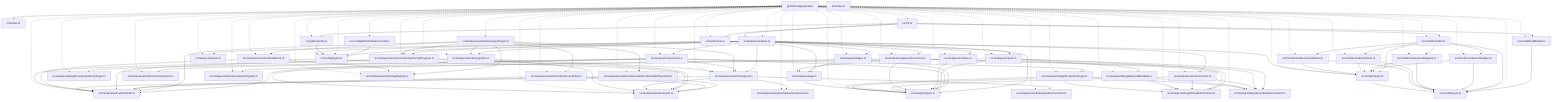
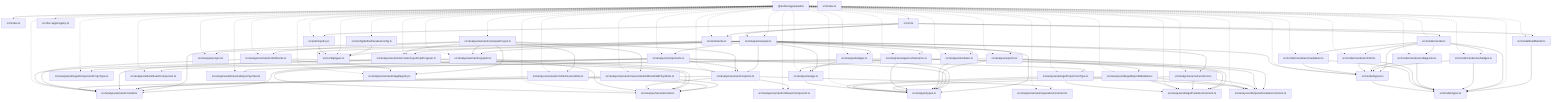
graph TD
  package__ankhorage_paradox["@ankhorage/paradox"]
  entrypoint_src_index_ts["src/index.ts"]
  package__ankhorage_paradox --> entrypoint_src_index_ts
  module_src_analyze_analyze_ts["src/analyze/analyze.ts"]
  package__ankhorage_paradox -.-> module_src_analyze_analyze_ts
  module_src_analyze_analyze_ts --> module_src_analyze_badges_ts
  module_src_analyze_analyze_ts --> module_src_analyze_components_ts
  module_src_analyze_analyze_ts --> module_src_analyze_exports_ts
  module_src_analyze_analyze_ts --> module_src_analyze_modules_ts
  module_src_analyze_analyze_ts --> module_src_analyze_project_ts
  module_src_analyze_analyze_ts --> module_src_analyze_semantic_createTypeScriptProgram_ts
  module_src_analyze_analyze_ts --> module_src_analyze_semantic_exports_ts
  module_src_analyze_analyze_ts --> module_src_analyze_semantic_graphs_ts
  module_src_analyze_analyze_ts --> module_src_analyze_sequenceScenarios_ts
  module_src_analyze_analyze_ts --> module_src_analyze_sourceFunctions_ts
  module_src_analyze_analyze_ts --> module_src_analyze_types_ts
  module_src_analyze_analyze_ts --> module_src_analyze_usage_ts
  module_src_analyze_analyze_ts --> module_src_config_types_ts
  module_src_analyze_badges_ts["src/analyze/badges.ts"]
  package__ankhorage_paradox -.-> module_src_analyze_badges_ts
  module_src_analyze_badges_ts --> module_src_analyze_types_ts
  module_src_analyze_badges_ts --> module_src_analyze_usage_ts
  module_src_analyze_components_ts["src/analyze/components.ts"]
  package__ankhorage_paradox -.-> module_src_analyze_components_ts
  module_src_analyze_components_ts --> module_src_analyze_semantic_exports_ts
  module_src_analyze_components_ts --> module_src_analyze_semantic_model_ts
  module_src_analyze_components_ts --> module_src_analyze_types_ts
  module_src_analyze_components_ts --> module_src_analyze_utils_getComponentPropsType_ts
  module_src_analyze_components_ts --> module_src_analyze_utils_getPropsFromType_ts
  module_src_analyze_components_ts --> module_src_analyze_utils_isReactComponent_ts
  module_src_analyze_exports_ts["src/analyze/exports.ts"]
  package__ankhorage_paradox -.-> module_src_analyze_exports_ts
  module_src_analyze_exports_ts --> module_src_analyze_types_ts
  module_src_analyze_exports_ts --> module_src_analyze_utils_getExportMetadata_ts
  module_src_analyze_exports_ts --> module_src_analyze_utils_getParadoxComment_ts
  module_src_analyze_exports_ts --> module_src_analyze_utils_parseParadoxComment_ts
  module_src_analyze_exports_ts --> module_src_analyze_utils_resolveExportSymbol_ts
  module_src_analyze_modules_ts["src/analyze/modules.ts"]
  package__ankhorage_paradox -.-> module_src_analyze_modules_ts
  module_src_analyze_modules_ts --> module_src_analyze_types_ts
  module_src_analyze_project_ts["src/analyze/project.ts"]
  package__ankhorage_paradox -.-> module_src_analyze_project_ts
  module_src_analyze_semantic_analyzeProject_ts["src/analyze/semantic/analyzeProject.ts"]
  package__ankhorage_paradox -.-> module_src_analyze_semantic_analyzeProject_ts
  module_src_analyze_semantic_analyzeProject_ts --> module_src_analyze_semantic_associateDocBlocksWithSymbols_ts
  module_src_analyze_semantic_analyzeProject_ts --> module_src_analyze_semantic_collectSourceFiles_ts
  module_src_analyze_semantic_analyzeProject_ts --> module_src_analyze_semantic_createTypeScriptProgram_ts
  module_src_analyze_semantic_analyzeProject_ts --> module_src_analyze_semantic_docBlocks_ts
  module_src_analyze_semantic_analyzeProject_ts --> module_src_analyze_semantic_exports_ts
  module_src_analyze_semantic_analyzeProject_ts --> module_src_analyze_semantic_graphs_ts
  module_src_analyze_semantic_analyzeProject_ts --> module_src_analyze_semantic_model_ts
  module_src_analyze_semantic_analyzeProject_ts --> module_src_analyze_semantic_tagRegistry_ts
  module_src_analyze_semantic_associateDocBlocksWithSymbols_ts["src/analyze/semantic/associateDocBlocksWithSymbols.ts"]
  package__ankhorage_paradox -.-> module_src_analyze_semantic_associateDocBlocksWithSymbols_ts
  module_src_analyze_semantic_associateDocBlocksWithSymbols_ts --> module_src_analyze_semantic_model_ts
  module_src_analyze_semantic_associateDocBlocksWithSymbols_ts --> module_src_analyze_semantic_utils_ts
  module_src_analyze_semantic_collectSourceFiles_ts["src/analyze/semantic/collectSourceFiles.ts"]
  package__ankhorage_paradox -.-> module_src_analyze_semantic_collectSourceFiles_ts
  module_src_analyze_semantic_collectSourceFiles_ts --> module_src_analyze_semantic_model_ts
  module_src_analyze_semantic_collectSourceFiles_ts --> module_src_analyze_semantic_utils_ts
  module_src_analyze_semantic_createTypeScriptProgram_ts["src/analyze/semantic/createTypeScriptProgram.ts"]
  package__ankhorage_paradox -.-> module_src_analyze_semantic_createTypeScriptProgram_ts
  module_src_analyze_semantic_createTypeScriptProgram_ts --> module_src_analyze_semantic_model_ts
  module_src_analyze_semantic_createTypeScriptProgram_ts --> module_src_analyze_semantic_utils_ts
  module_src_analyze_semantic_docBlocks_ts["src/analyze/semantic/docBlocks.ts"]
  package__ankhorage_paradox -.-> module_src_analyze_semantic_docBlocks_ts
  module_src_analyze_semantic_docBlocks_ts --> module_src_analyze_semantic_model_ts
  module_src_analyze_semantic_docBlocks_ts --> module_src_analyze_semantic_tagRegistry_ts
  module_src_analyze_semantic_docBlocks_ts --> module_src_analyze_semantic_utils_ts
  module_src_analyze_semantic_exports_ts["src/analyze/semantic/exports.ts"]
  package__ankhorage_paradox -.-> module_src_analyze_semantic_exports_ts
  module_src_analyze_semantic_exports_ts --> module_src_analyze_semantic_isReactComponent_ts
  module_src_analyze_semantic_exports_ts --> module_src_analyze_semantic_model_ts
  module_src_analyze_semantic_exports_ts --> module_src_analyze_semantic_paradoxComment_ts
  module_src_analyze_semantic_exports_ts --> module_src_analyze_semantic_utils_ts
  module_src_analyze_semantic_graphs_ts["src/analyze/semantic/graphs.ts"]
  package__ankhorage_paradox -.-> module_src_analyze_semantic_graphs_ts
  module_src_analyze_semantic_graphs_ts --> module_src_analyze_semantic_exports_ts
  module_src_analyze_semantic_graphs_ts --> module_src_analyze_semantic_model_ts
  module_src_analyze_semantic_graphs_ts --> module_src_analyze_semantic_utils_ts
  module_src_analyze_semantic_isReactComponent_ts["src/analyze/semantic/isReactComponent.ts"]
  package__ankhorage_paradox -.-> module_src_analyze_semantic_isReactComponent_ts
  module_src_analyze_semantic_model_ts["src/analyze/semantic/model.ts"]
  package__ankhorage_paradox -.-> module_src_analyze_semantic_model_ts
  module_src_analyze_semantic_paradoxComment_ts["src/analyze/semantic/paradoxComment.ts"]
  package__ankhorage_paradox -.-> module_src_analyze_semantic_paradoxComment_ts
  module_src_analyze_semantic_tagRegistry_ts["src/analyze/semantic/tagRegistry.ts"]
  package__ankhorage_paradox -.-> module_src_analyze_semantic_tagRegistry_ts
  module_src_analyze_semantic_utils_ts["src/analyze/semantic/utils.ts"]
  package__ankhorage_paradox -.-> module_src_analyze_semantic_utils_ts
  module_src_analyze_sequenceScenarios_ts["src/analyze/sequenceScenarios.ts"]
  package__ankhorage_paradox -.-> module_src_analyze_sequenceScenarios_ts
  module_src_analyze_sequenceScenarios_ts --> module_src_analyze_semantic_utils_ts
  module_src_analyze_sequenceScenarios_ts --> module_src_analyze_types_ts
  module_src_analyze_sequenceScenarios_ts --> module_src_analyze_usage_ts
  module_src_analyze_sequenceScenarios_ts --> module_src_analyze_utils_getParadoxComment_ts
  module_src_analyze_sequenceScenarios_ts --> module_src_analyze_utils_parseParadoxComment_ts
  module_src_analyze_sourceFunctions_ts["src/analyze/sourceFunctions.ts"]
  package__ankhorage_paradox -.-> module_src_analyze_sourceFunctions_ts
  module_src_analyze_sourceFunctions_ts --> module_src_analyze_types_ts
  module_src_analyze_sourceFunctions_ts --> module_src_analyze_utils_getParadoxComment_ts
  module_src_analyze_sourceFunctions_ts --> module_src_analyze_utils_parseParadoxComment_ts
  module_src_analyze_types_ts["src/analyze/types.ts"]
  package__ankhorage_paradox -.-> module_src_analyze_types_ts
  module_src_analyze_usage_ts["src/analyze/usage.ts"]
  package__ankhorage_paradox -.-> module_src_analyze_usage_ts
  module_src_analyze_usage_ts --> module_src_analyze_types_ts
  module_src_analyze_utils_getComponentPropsType_ts["src/analyze/utils/getComponentPropsType.ts"]
  package__ankhorage_paradox -.-> module_src_analyze_utils_getComponentPropsType_ts
  module_src_analyze_utils_getExportMetadata_ts["src/analyze/utils/getExportMetadata.ts"]
  package__ankhorage_paradox -.-> module_src_analyze_utils_getExportMetadata_ts
  module_src_analyze_utils_getExportMetadata_ts --> module_src_analyze_types_ts
  module_src_analyze_utils_getExportMetadata_ts --> module_src_analyze_utils_getParadoxComment_ts
  module_src_analyze_utils_getExportMetadata_ts --> module_src_analyze_utils_parseParadoxComment_ts
  module_src_analyze_utils_getParadoxComment_ts["src/analyze/utils/getParadoxComment.ts"]
  package__ankhorage_paradox -.-> module_src_analyze_utils_getParadoxComment_ts
  module_src_analyze_utils_getPropsFromType_ts["src/analyze/utils/getPropsFromType.ts"]
  package__ankhorage_paradox -.-> module_src_analyze_utils_getPropsFromType_ts
  module_src_analyze_utils_getPropsFromType_ts --> module_src_analyze_types_ts
  module_src_analyze_utils_getPropsFromType_ts --> module_src_analyze_utils_getParadoxComment_ts
  module_src_analyze_utils_getPropsFromType_ts --> module_src_analyze_utils_parseParadoxComment_ts
  module_src_analyze_utils_isReactComponent_ts["src/analyze/utils/isReactComponent.ts"]
  package__ankhorage_paradox -.-> module_src_analyze_utils_isReactComponent_ts
  module_src_analyze_utils_parseParadoxComment_ts["src/analyze/utils/parseParadoxComment.ts"]
  package__ankhorage_paradox -.-> module_src_analyze_utils_parseParadoxComment_ts
  module_src_analyze_utils_resolveExportSymbol_ts["src/analyze/utils/resolveExportSymbol.ts"]
  package__ankhorage_paradox -.-> module_src_analyze_utils_resolveExportSymbol_ts
  module_src_cli_ts["src/cli.ts"]
  package__ankhorage_paradox -.-> module_src_cli_ts
  module_src_cli_ts --> module_src_analyze_analyze_ts
  module_src_cli_ts --> module_src_model_buildModel_ts
  module_src_cli_ts --> module_src_paths_policy_ts
  module_src_cli_ts --> module_src_render_render_ts
  module_src_cli_ts --> module_src_write_write_ts
  module_src_config_defineParadoxConfig_ts["src/config/defineParadoxConfig.ts"]
  package__ankhorage_paradox -.-> module_src_config_defineParadoxConfig_ts
  module_src_config_defineParadoxConfig_ts --> module_src_config_types_ts
  module_src_config_types_ts["src/config/types.ts"]
  package__ankhorage_paradox -.-> module_src_config_types_ts
+   module_src_doc_tags_registry_ts["src/doc-tags/registry.ts"]
+   package__ankhorage_paradox -.-> module_src_doc_tags_registry_ts
  module_src_index_ts["src/index.ts"]
  module_src_model_buildModel_ts["src/model/buildModel.ts"]
  package__ankhorage_paradox -.-> module_src_model_buildModel_ts
  module_src_model_buildModel_ts --> module_src_model_types_ts
  module_src_model_types_ts["src/model/types.ts"]
  package__ankhorage_paradox -.-> module_src_model_types_ts
  module_src_paths_policy_ts["src/paths/policy.ts"]
  package__ankhorage_paradox -.-> module_src_paths_policy_ts
  module_src_paths_policy_ts --> module_src_config_types_ts
  module_src_render_render_ts["src/render/render.ts"]
  package__ankhorage_paradox -.-> module_src_render_render_ts
  module_src_render_render_ts --> module_src_model_types_ts
  module_src_render_render_ts --> module_src_render_renderers_badges_ts
  module_src_render_render_ts --> module_src_render_renderers_diagrams_ts
  module_src_render_render_ts --> module_src_render_renderers_html_ts
  module_src_render_render_ts --> module_src_render_renderers_markdown_ts
  module_src_render_render_ts --> module_src_render_types_ts
  module_src_render_renderers_badges_ts["src/render/renderers/badges.ts"]
  package__ankhorage_paradox -.-> module_src_render_renderers_badges_ts
  module_src_render_renderers_badges_ts --> module_src_model_types_ts
  module_src_render_renderers_badges_ts --> module_src_render_types_ts
  module_src_render_renderers_diagrams_ts["src/render/renderers/diagrams.ts"]
  package__ankhorage_paradox -.-> module_src_render_renderers_diagrams_ts
  module_src_render_renderers_diagrams_ts --> module_src_model_types_ts
  module_src_render_renderers_diagrams_ts --> module_src_render_types_ts
  module_src_render_renderers_html_ts["src/render/renderers/html.ts"]
  package__ankhorage_paradox -.-> module_src_render_renderers_html_ts
  module_src_render_renderers_html_ts --> module_src_model_types_ts
  module_src_render_renderers_html_ts --> module_src_render_types_ts
  module_src_render_renderers_markdown_ts["src/render/renderers/markdown.ts"]
  package__ankhorage_paradox -.-> module_src_render_renderers_markdown_ts
  module_src_render_renderers_markdown_ts --> module_src_model_types_ts
  module_src_render_renderers_markdown_ts --> module_src_render_types_ts
  module_src_render_types_ts["src/render/types.ts"]
  package__ankhorage_paradox -.-> module_src_render_types_ts
  module_src_render_types_ts --> module_src_model_types_ts
  module_src_write_write_ts["src/write/write.ts"]
  package__ankhorage_paradox -.-> module_src_write_write_ts
  module_src_write_write_ts --> module_src_config_types_ts
  module_src_write_write_ts --> module_src_render_types_ts
